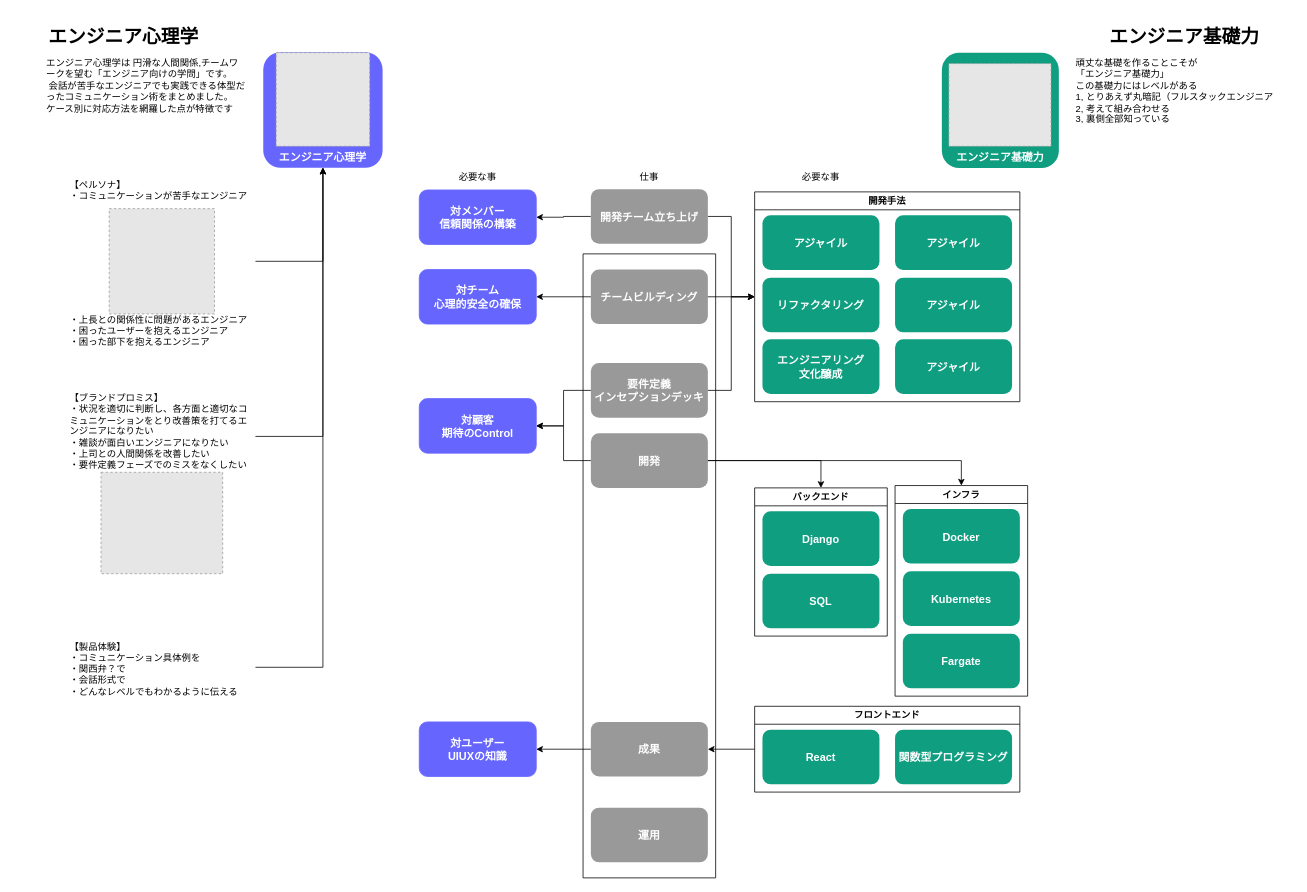
minegishirei/draw_v1 keeps this draw.io diagram as page "engineer_psychology" (2 of 34) of 人生設計.drawio. Above is the earlier version. Source tidied: cells renumbered, new cells numbered last; positions are measured from the earlier drawing's top-left corner, leaving out a move shared by most shapes. Both pictures are drawn from the tidied source at 78%, with x=0, y=0 at pixel (44, 21). Pictures stored in the file or linked from it are replaced by grey dashed boxes.
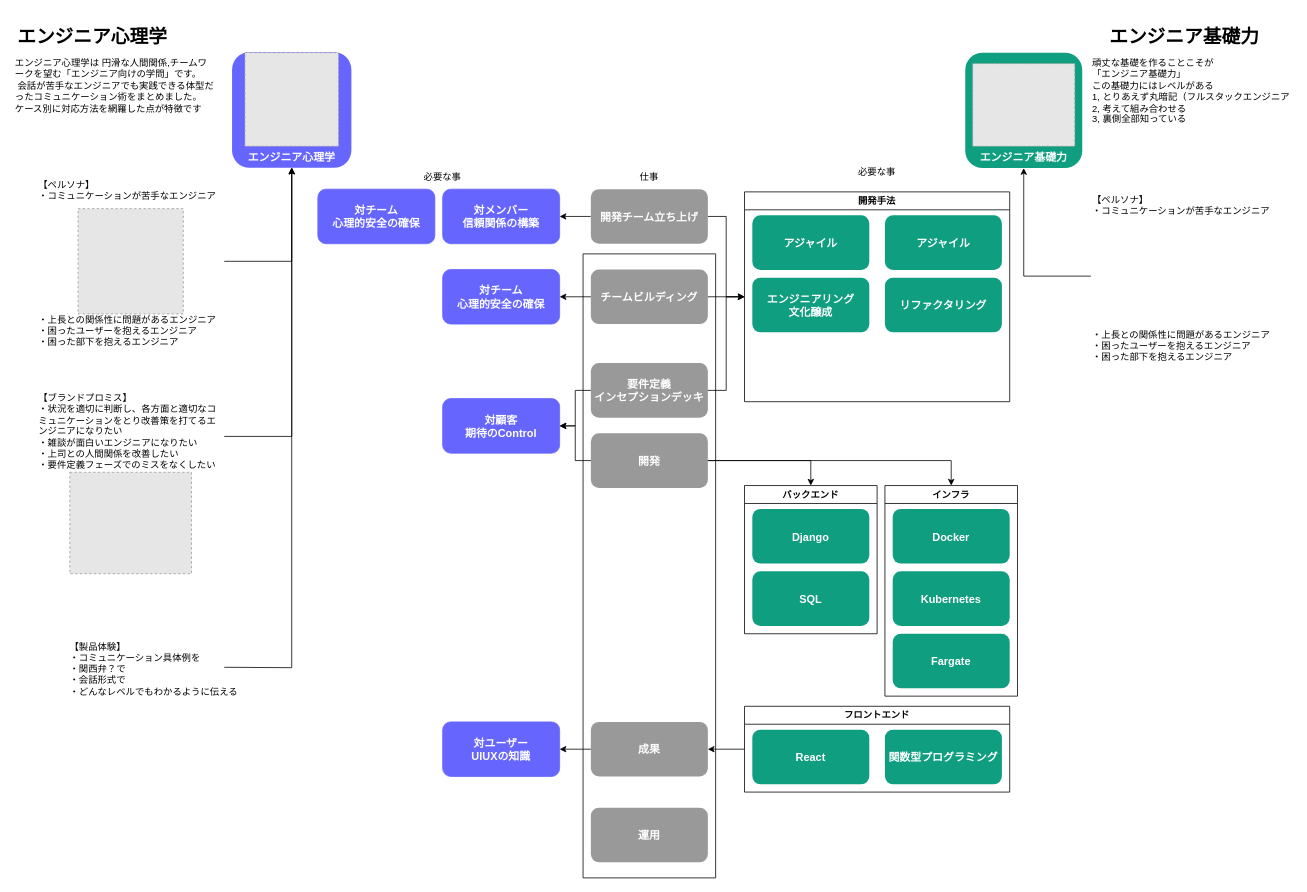
After the change.

Unchanged cells that the change refers to:
```xml
<mxCell id="9" value="【製品体験】&#10;・コミュニケーション具体例を&#10;・関西弁？で&#10;・会話形式で&#10;・どんなレベルでもわかるように伝える" style="text;whiteSpace=wrap;" parent="1" vertex="1">
  <mxGeometry x="30" y="788" width="240" height="80" as="geometry" />
</mxCell>
```

Change to the diagram source:
```diff
@@
     <mxCell id="2" value="&lt;h1&gt;エンジニア心理学&lt;/h1&gt;" style="text;html=1;strokeColor=none;fillColor=none;spacing=5;spacingTop=-20;whiteSpace=wrap;overflow=hidden;rounded=0;shadow=0;" parent="1" vertex="1">
-      <mxGeometry y="-0.5" width="270" height="40" as="geometry" />
+      <mxGeometry x="-40" y="-0.5" width="270" height="40" as="geometry" />
     </mxCell>
     <mxCell id="3" value="&#10;&#10;&#10;&#10;&#10;&#10;&#10;エンジニア心理学" style="rounded=1;fillColor=#6666FF;strokeColor=none;shadow=0;fontStyle=1;fontColor=#ffffff;fontSize=14;" parent="1" vertex="1">
-      <mxGeometry x="280" y="39.5" width="153" height="148" as="geometry" />
+      <mxGeometry x="240" y="39.5" width="153" height="148" as="geometry" />
     </mxCell>
@@
     <mxCell id="5" value="【ペルソナ】&#10;・コミュニケーションが苦手なエンジニア&#10;&#10;&#10;&#10;&#10;&#10;&#10;&#10;&#10;&#10;&#10;・上長との関係性に問題があるエンジニア&#10;・困ったユーザーを抱えるエンジニア&#10;・困った部下を抱えるエンジニア" style="text;whiteSpace=wrap;" parent="1" vertex="1">
-      <mxGeometry x="30" y="196" width="240" height="223" as="geometry" />
+      <mxGeometry x="-10" y="196" width="240" height="223" as="geometry" />
     </mxCell>
@@
     <mxCell id="7" value="【ブランドプロミス】&#10;・状況を適切に判断し、各方面と適切なコミュニケーションをとり改善策を打てるエンジニアになりたい&#10;・雑談が面白いエンジニアになりたい&#10;・上司との人間関係を改善したい&#10;・要件定義フェーズでのミスをなくしたい" style="text;whiteSpace=wrap;" parent="1" vertex="1">
-      <mxGeometry x="30" y="469" width="240" height="126" as="geometry" />
+      <mxGeometry x="-10" y="469" width="240" height="126" as="geometry" />
     </mxCell>
-    <mxCell id="8" style="edgeStyle=orthogonalEdgeStyle;rounded=0;jettySize=auto;html=1;entryX=0.5;entryY=1;entryDx=0;entryDy=0;" parent="1" edge="1" source="9" target="3">
-      <mxGeometry relative="1" as="geometry" />
+    <mxCell id="8" style="edgeStyle=orthogonalEdgeStyle;rounded=0;jettySize=auto;html=1;entryX=0.5;entryY=1;entryDx=0;entryDy=0;" parent="1" edge="1" target="3">
+      <mxGeometry relative="1" as="geometry">
+        <mxPoint x="230" y="828" as="sourcePoint" />
+      </mxGeometry>
     </mxCell>
@@
     <mxCell id="10" style="fillColor=#E6E6E6;strokeColor=#999999;dashed=1;verticalLabelPosition=bottom;labelBackgroundColor=default;verticalAlign=top;" parent="1" vertex="1">
-      <mxGeometry x="296.5" y="40" width="120" height="120" as="geometry" />
+      <mxGeometry x="256.5" y="40" width="120" height="120" as="geometry" />
     </mxCell>
     <mxCell id="11" style="fillColor=#E6E6E6;strokeColor=#999999;dashed=1;verticalLabelPosition=bottom;labelBackgroundColor=default;verticalAlign=top;" parent="1" vertex="1">
-      <mxGeometry x="82.5" y="240" width="135" height="135" as="geometry" />
+      <mxGeometry x="42.5" y="240" width="135" height="135" as="geometry" />
     </mxCell>
     <mxCell id="12" value="エンジニア心理学は 円滑な人間関係,チームワークを望む「エンジニア向けの学問」です。&#10; 会話が苦手なエンジニアでも実践できる体型だったコミュニケーション術をまとめました。&#10;ケース別に対応方法を網羅した点が特徴です" style="text;whiteSpace=wrap;" parent="1" vertex="1">
-      <mxGeometry y="39.5" width="260" height="99.5" as="geometry" />
+      <mxGeometry x="-40" y="39.5" width="260" height="99.5" as="geometry" />
     </mxCell>
     <mxCell id="13" value="対チーム&#10;心理的安全の確保" style="rounded=1;fillColor=#6666FF;strokeColor=#6666FF;shadow=0;gradientColor=none;fontStyle=1;fontColor=#FFFFFF;fontSize=14;" parent="1" vertex="1">
-      <mxGeometry x="480" y="318" width="150" height="70" as="geometry" />
+      <mxGeometry x="510" y="318" width="150" height="70" as="geometry" />
     </mxCell>
     <mxCell id="14" value="対顧客&#10;期待のControl" style="rounded=1;fillColor=#6666FF;strokeColor=#6666FF;shadow=0;gradientColor=none;fontStyle=1;fontColor=#FFFFFF;fontSize=14;" parent="1" vertex="1">
-      <mxGeometry x="480" y="483.5" width="150" height="70" as="geometry" />
+      <mxGeometry x="510" y="483.5" width="150" height="70" as="geometry" />
     </mxCell>
     <mxCell id="15" value="対メンバー&#10;信頼関係の構築" style="rounded=1;fillColor=#6666FF;strokeColor=#6666FF;shadow=0;gradientColor=none;fontStyle=1;fontColor=#FFFFFF;fontSize=14;" parent="1" vertex="1">
-      <mxGeometry x="480" y="216" width="150" height="70" as="geometry" />
+      <mxGeometry x="510" y="215" width="150" height="70" as="geometry" />
     </mxCell>
     <mxCell id="16" value="必要な事" style="text;html=1;strokeColor=none;fillColor=none;align=center;verticalAlign=middle;whiteSpace=wrap;rounded=0;" parent="1" vertex="1">
-      <mxGeometry x="525" y="185" width="60" height="30" as="geometry" />
+      <mxGeometry x="480" y="185" width="60" height="30" as="geometry" />
     </mxCell>
     <mxCell id="17" value="対ユーザー&#10;UIUXの知識" style="rounded=1;fillColor=#6666FF;strokeColor=#6666FF;shadow=0;gradientColor=none;fontStyle=1;fontColor=#FFFFFF;fontSize=14;" parent="1" vertex="1">
-      <mxGeometry x="480" y="898" width="150" height="70" as="geometry" />
+      <mxGeometry x="510" y="898" width="150" height="70" as="geometry" />
     </mxCell>
@@
     <mxCell id="24" value="&#10;&#10;&#10;&#10;&#10;&#10;&#10;エンジニア基礎力" style="rounded=1;fillColor=#109e81;strokeColor=none;shadow=0;gradientColor=none;fontStyle=1;fontColor=#FFFFFF;fontSize=14;" parent="1" vertex="1">
-      <mxGeometry x="1150" y="40" width="150" height="148" as="geometry" />
+      <mxGeometry x="1180" y="40" width="150" height="148" as="geometry" />
     </mxCell>
@@
     <mxCell id="29" style="fillColor=#E6E6E6;strokeColor=#999999;dashed=1;verticalLabelPosition=bottom;labelBackgroundColor=default;verticalAlign=top;" parent="1" vertex="1">
-      <mxGeometry x="72" y="578" width="156" height="130" as="geometry" />
+      <mxGeometry x="32" y="578" width="156" height="130" as="geometry" />
     </mxCell>
@@
     <mxCell id="34" value="インフラ" style="swimlane;whiteSpace=wrap;html=1;" parent="1" vertex="1">
-      <mxGeometry x="1090" y="595" width="170" height="270" as="geometry" />
+      <mxGeometry x="1077" y="595" width="170" height="270" as="geometry" />
     </mxCell>
@@
     <mxCell id="38" value="バックエンド" style="swimlane;whiteSpace=wrap;html=1;" parent="1" vertex="1">
-      <mxGeometry x="910" y="598" width="170" height="190" as="geometry" />
+      <mxGeometry x="897" y="595" width="170" height="190" as="geometry" />
     </mxCell>
@@
     <mxCell id="42" value="フロントエンド" style="swimlane;whiteSpace=wrap;html=1;" parent="1" vertex="1">
-      <mxGeometry x="910" y="878" width="340" height="110" as="geometry" />
+      <mxGeometry x="897" y="878" width="340" height="110" as="geometry" />
     </mxCell>
@@
     <mxCell id="45" value="頑丈な基礎を作ることこそが&#10;「エンジニア基礎力」&#10;この基礎力にはレベルがある&#10;1, とりあえず丸暗記（フルスタックエンジニア&#10;2, 考えて組み合わせる&#10;3, 裏側全部知っている" style="text;whiteSpace=wrap;" parent="1" vertex="1">
-      <mxGeometry x="1320" y="40" width="260" height="99.5" as="geometry" />
+      <mxGeometry x="1341" y="40" width="260" height="99.5" as="geometry" />
     </mxCell>
     <mxCell id="46" style="fillColor=#E6E6E6;strokeColor=#999999;dashed=1;verticalLabelPosition=bottom;labelBackgroundColor=default;verticalAlign=top;" parent="1" vertex="1">
-      <mxGeometry x="1159" y="54" width="131" height="106" as="geometry" />
+      <mxGeometry x="1189.5" y="54" width="131" height="106" as="geometry" />
     </mxCell>
     <mxCell id="47" value="開発手法" style="swimlane;whiteSpace=wrap;html=1;" parent="1" vertex="1">
-      <mxGeometry x="910" y="218.5" width="340" height="269" as="geometry" />
+      <mxGeometry x="897" y="218.5" width="340" height="269" as="geometry" />
     </mxCell>
@@
     <mxCell id="49" value="リファクタリング" style="rounded=1;fillColor=#109e81;strokeColor=none;shadow=0;gradientColor=none;fontStyle=1;fontColor=#FFFFFF;fontSize=14;" parent="47" vertex="1">
-      <mxGeometry x="10" y="110" width="150" height="70" as="geometry" />
+      <mxGeometry x="180" y="110" width="150" height="70" as="geometry" />
     </mxCell>
     <mxCell id="50" value="エンジニアリング&#10;文化醸成" style="rounded=1;fillColor=#109e81;strokeColor=none;shadow=0;gradientColor=none;fontStyle=1;fontColor=#FFFFFF;fontSize=14;" parent="47" vertex="1">
-      <mxGeometry x="10" y="189" width="150" height="70" as="geometry" />
+      <mxGeometry x="10" y="110" width="150" height="70" as="geometry" />
     </mxCell>
@@
-    <mxCell id="52" value="アジャイル" style="rounded=1;fillColor=#109e81;strokeColor=none;shadow=0;gradientColor=none;fontStyle=1;fontColor=#FFFFFF;fontSize=14;" parent="47" vertex="1">
-      <mxGeometry x="180" y="110" width="150" height="70" as="geometry" />
-    </mxCell>
-    <mxCell id="53" value="アジャイル" style="rounded=1;fillColor=#109e81;strokeColor=none;shadow=0;gradientColor=none;fontStyle=1;fontColor=#FFFFFF;fontSize=14;" parent="47" vertex="1">
-      <mxGeometry x="180" y="189" width="150" height="70" as="geometry" />
-    </mxCell>
@@
     <mxCell id="59" value="必要な事" style="text;html=1;strokeColor=none;fillColor=none;align=center;verticalAlign=middle;whiteSpace=wrap;rounded=0;" parent="1" vertex="1">
-      <mxGeometry x="965" y="185" width="60" height="30" as="geometry" />
+      <mxGeometry x="1037" y="178" width="60" height="30" as="geometry" />
     </mxCell>
+    <mxCell id="60" value="対チーム&#10;心理的安全の確保" style="rounded=1;fillColor=#6666FF;strokeColor=#6666FF;shadow=0;gradientColor=none;fontStyle=1;fontColor=#FFFFFF;fontSize=14;" parent="1" vertex="1">
+      <mxGeometry x="350" y="215" width="150" height="70" as="geometry" />
+    </mxCell>
+    <mxCell id="61" style="edgeStyle=orthogonalEdgeStyle;rounded=0;jettySize=auto;html=1;entryX=0.5;entryY=1;entryDx=0;entryDy=0;" parent="1" edge="1" source="62" target="24">
+      <mxGeometry relative="1" as="geometry" />
+    </mxCell>
+    <mxCell id="62" value="【ペルソナ】&#10;・コミュニケーションが苦手なエンジニア&#10;&#10;&#10;&#10;&#10;&#10;&#10;&#10;&#10;&#10;&#10;・上長との関係性に問題があるエンジニア&#10;・困ったユーザーを抱えるエンジニア&#10;・困った部下を抱えるエンジニア" style="text;whiteSpace=wrap;" parent="1" vertex="1">
+      <mxGeometry x="1341" y="215" width="240" height="223" as="geometry" />
+    </mxCell>
```
